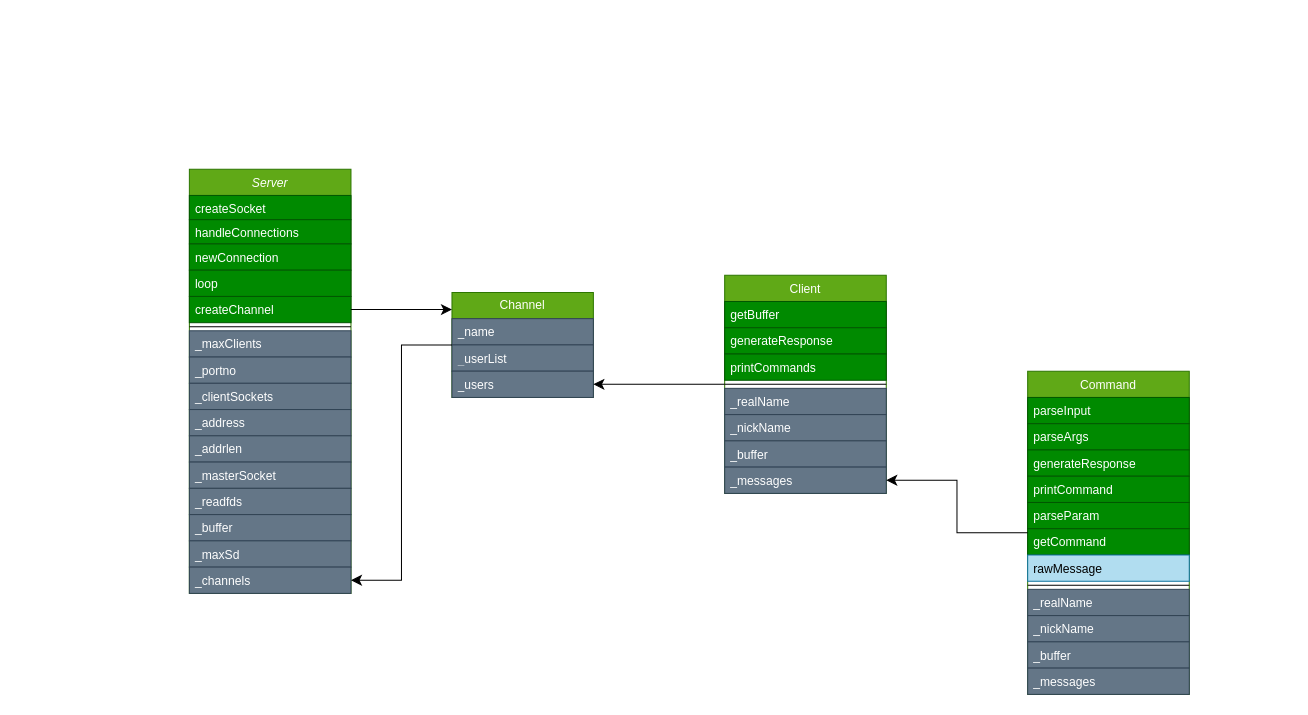
Earlier version of the draw.io diagram irc_diagram.drawio (LucasLion/irc). Source tidied: cells renumbered, new cells numbered last; positions are measured from the earlier drawing's top-left corner, leaving out a move shared by most shapes. Both pictures are drawn from the tidied source at 101%, with x=0, y=0 at pixel (189, 169).
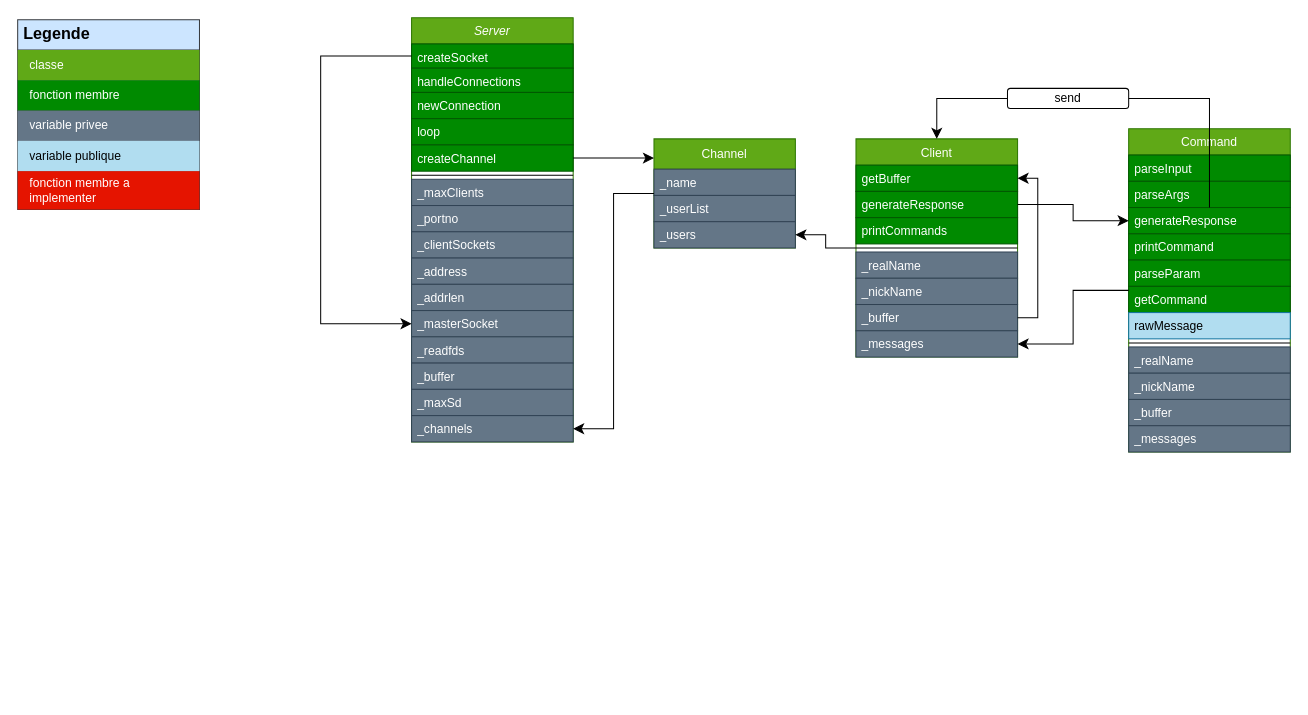
After the change.

Commit message (it also covers changes not shown here):
Mettre à jour irc_diagram.drawio

Unchanged cells that the change refers to:
```xml
<mxCell id="3" value="createSocket&#10;" style="text;align=left;verticalAlign=top;spacingLeft=4;spacingRight=4;overflow=hidden;points=[[0,0.5],[1,0.5]];portConstraint=eastwest;fillColor=#008a00;fontColor=#ffffff;strokeColor=#005700;" parent="2" vertex="1">
  <mxGeometry y="26" width="160" height="24" as="geometry" />
</mxCell>
<mxCell id="14" value="_masterSocket" style="text;align=left;verticalAlign=top;spacingLeft=4;spacingRight=4;overflow=hidden;points=[[0,0.5],[1,0.5]];portConstraint=eastwest;rounded=0;shadow=0;html=0;fillColor=#647687;fontColor=#ffffff;strokeColor=#314354;" parent="2" vertex="1">
  <mxGeometry y="290" width="160" height="26" as="geometry" />
</mxCell>
<mxCell id="20" value="getBuffer" style="text;align=left;verticalAlign=top;spacingLeft=4;spacingRight=4;overflow=hidden;points=[[0,0.5],[1,0.5]];portConstraint=eastwest;fillColor=#008a00;fontColor=#ffffff;strokeColor=#005700;" parent="19" vertex="1">
  <mxGeometry y="26" width="160" height="26" as="geometry" />
</mxCell>
<mxCell id="21" value="generateResponse" style="text;align=left;verticalAlign=top;spacingLeft=4;spacingRight=4;overflow=hidden;points=[[0,0.5],[1,0.5]];portConstraint=eastwest;rounded=0;shadow=0;html=0;fillColor=#008a00;fontColor=#ffffff;strokeColor=#005700;" parent="19" vertex="1">
  <mxGeometry y="52" width="160" height="26" as="geometry" />
</mxCell>
<mxCell id="26" value="_buffer" style="text;align=left;verticalAlign=top;spacingLeft=4;spacingRight=4;overflow=hidden;points=[[0,0.5],[1,0.5]];portConstraint=eastwest;rounded=0;shadow=0;html=0;fillColor=#647687;fontColor=#ffffff;strokeColor=#314354;" parent="19" vertex="1">
  <mxGeometry y="164" width="160" height="26" as="geometry" />
</mxCell>
<mxCell id="37" value="generateResponse" style="text;align=left;verticalAlign=top;spacingLeft=4;spacingRight=4;overflow=hidden;points=[[0,0.5],[1,0.5]];portConstraint=eastwest;rounded=0;shadow=0;html=0;fillColor=#008a00;fontColor=#ffffff;strokeColor=#005700;" parent="34" vertex="1">
  <mxGeometry y="78" width="160" height="26" as="geometry" />
</mxCell>
```

Change to the diagram source:
```diff
@@
     <mxCell id="2" value="Server" style="swimlane;fontStyle=2;align=center;verticalAlign=top;horizontal=1;startSize=26;rounded=0;shadow=0;strokeWidth=1;fillColor=#60a917;fontColor=#ffffff;strokeColor=#2D7600;" parent="1" vertex="1">
-      <mxGeometry width="160" height="420" as="geometry" />
+      <mxGeometry x="220" y="-150" width="160" height="420" as="geometry" />
     </mxCell>
@@
+    <mxCell id="49" style="edgeStyle=elbowEdgeStyle;elbow=horizontal;endArrow=classic;html=1;curved=0;rounded=0;endSize=8;startSize=8;" parent="2" edge="1" source="3" target="14">
+      <mxGeometry relative="1" as="geometry">
+        <Array as="points">
+          <mxPoint x="-90" y="170" />
+        </Array>
+      </mxGeometry>
+    </mxCell>
     <mxCell id="19" value="Client" style="swimlane;fontStyle=0;align=center;verticalAlign=top;horizontal=1;startSize=26;rounded=0;shadow=0;strokeWidth=1;fillColor=#60a917;fontColor=#ffffff;strokeColor=#2D7600;" parent="1" vertex="1">
-      <mxGeometry x="530" y="105" width="160" height="216" as="geometry" />
+      <mxGeometry x="660" y="-30" width="160" height="216" as="geometry" />
     </mxCell>
@@
+    <mxCell id="50" style="edgeStyle=elbowEdgeStyle;elbow=horizontal;endArrow=classic;html=1;curved=0;rounded=0;endSize=8;startSize=8;" parent="19" edge="1" source="26" target="20">
+      <mxGeometry relative="1" as="geometry">
+        <Array as="points">
+          <mxPoint x="180" y="100" />
+          <mxPoint x="170" y="110" />
+        </Array>
+      </mxGeometry>
+    </mxCell>
-    <mxCell id="28" value="Channel" style="swimlane;fontStyle=0;horizontal=1;startSize=26;fillColor=#60a917;whiteSpace=wrap;html=1;fontColor=#ffffff;strokeColor=#2D7600;" parent="1" vertex="1">
-      <mxGeometry x="260" y="122" width="140" height="104" as="geometry" />
+    <mxCell id="28" value="Channel" style="swimlane;fontStyle=0;horizontal=1;startSize=30;fillColor=#60a917;whiteSpace=wrap;html=1;fontColor=#ffffff;strokeColor=#2D7600;" parent="1" vertex="1">
+      <mxGeometry x="460" y="-30" width="140" height="108" as="geometry" />
     </mxCell>
     <mxCell id="29" value="_name" style="text;strokeColor=#314354;fillColor=#647687;align=left;verticalAlign=top;spacingLeft=4;spacingRight=4;overflow=hidden;whiteSpace=wrap;html=1;fontColor=#ffffff;" parent="28" vertex="1">
-      <mxGeometry y="26" width="140" height="26" as="geometry" />
+      <mxGeometry y="30" width="140" height="26" as="geometry" />
     </mxCell>
     <mxCell id="30" value="_userList" style="text;strokeColor=#314354;fillColor=#647687;align=left;verticalAlign=top;spacingLeft=4;spacingRight=4;overflow=hidden;whiteSpace=wrap;html=1;fontColor=#ffffff;" parent="28" vertex="1">
-      <mxGeometry y="52" width="140" height="26" as="geometry" />
+      <mxGeometry y="56" width="140" height="26" as="geometry" />
     </mxCell>
     <mxCell id="31" value="_users" style="text;strokeColor=#314354;fillColor=#647687;align=left;verticalAlign=top;spacingLeft=4;spacingRight=4;overflow=hidden;points=[[0,0.5],[1,0.5]];portConstraint=eastwest;whiteSpace=wrap;html=1;fontColor=#ffffff;" parent="28" vertex="1">
-      <mxGeometry y="78" width="140" height="26" as="geometry" />
+      <mxGeometry y="82" width="140" height="26" as="geometry" />
     </mxCell>
@@
     <mxCell id="34" value="Command" style="swimlane;fontStyle=0;align=center;verticalAlign=top;horizontal=1;startSize=26;rounded=0;shadow=0;strokeWidth=1;fillColor=#60a917;fontColor=#ffffff;strokeColor=#2D7600;" parent="1" vertex="1">
-      <mxGeometry x="830" y="200" width="160" height="320" as="geometry" />
+      <mxGeometry x="930" y="-40" width="160" height="320" as="geometry" />
     </mxCell>
@@
+    <mxCell id="51" value="Legende" style="shape=table;startSize=30;childLayout=tableLayout;fontSize=16;align=left;verticalAlign=top;fillColor=#cce5ff;strokeColor=#36393d;fontStyle=1;spacingLeft=6;spacing=0;" parent="1" vertex="1">
+      <mxGeometry x="-170" y="-148" width="180" height="188" as="geometry" />
+    </mxCell>
+    <mxCell id="52" style="shape=tableRow;horizontal=0;startSize=0;swimlaneHead=0;swimlaneBody=0;strokeColor=inherit;top=0;left=0;bottom=0;right=0;fillColor=none;fontSize=12;" parent="51" vertex="1">
+      <mxGeometry y="30" width="180" height="30" as="geometry" />
+    </mxCell>
+    <mxCell id="53" value="classe" style="shape=partialRectangle;html=1;whiteSpace=wrap;strokeColor=#2D7600;overflow=hidden;fillColor=#60a917;top=0;left=0;bottom=0;right=0;fontSize=12;align=left;fontColor=#ffffff;spacingLeft=10;spacingRight=4;" parent="52" vertex="1">
+      <mxGeometry width="180" height="30" as="geometry" />
+    </mxCell>
+    <mxCell id="54" style="shape=tableRow;horizontal=0;startSize=0;swimlaneHead=0;swimlaneBody=0;strokeColor=inherit;top=0;left=0;bottom=0;right=0;fillColor=none;fontSize=12;" parent="51" vertex="1">
+      <mxGeometry y="60" width="180" height="30" as="geometry" />
+    </mxCell>
+    <mxCell id="55" value="fonction membre" style="shape=partialRectangle;html=1;whiteSpace=wrap;strokeColor=#005700;overflow=hidden;fillColor=#008a00;top=0;left=0;bottom=0;right=0;fontSize=12;align=left;fontColor=#ffffff;spacingLeft=10;spacingRight=4;" parent="54" vertex="1">
+      <mxGeometry width="180" height="30" as="geometry" />
+    </mxCell>
+    <mxCell id="56" style="shape=tableRow;horizontal=0;startSize=0;swimlaneHead=0;swimlaneBody=0;strokeColor=inherit;top=0;left=0;bottom=0;right=0;fillColor=none;fontSize=12;" parent="51" vertex="1">
+      <mxGeometry y="90" width="180" height="30" as="geometry" />
+    </mxCell>
+    <mxCell id="57" value="variable privee" style="shape=partialRectangle;html=1;whiteSpace=wrap;strokeColor=#314354;overflow=hidden;fillColor=#647687;top=0;left=0;bottom=0;right=0;fontSize=12;align=left;fontColor=#ffffff;spacingLeft=10;spacingRight=4;" parent="56" vertex="1">
+      <mxGeometry width="180" height="30" as="geometry" />
+    </mxCell>
+    <mxCell id="58" style="shape=tableRow;horizontal=0;startSize=0;swimlaneHead=0;swimlaneBody=0;strokeColor=inherit;top=0;left=0;bottom=0;right=0;fillColor=none;fontSize=12;" parent="51" vertex="1">
+      <mxGeometry y="120" width="180" height="30" as="geometry" />
+    </mxCell>
+    <mxCell id="59" value="variable publique" style="shape=partialRectangle;html=1;whiteSpace=wrap;strokeColor=#10739e;overflow=hidden;fillColor=#b1ddf0;top=0;left=0;bottom=0;right=0;fontSize=12;align=left;spacingLeft=10;spacingRight=4;" parent="58" vertex="1">
+      <mxGeometry width="180" height="30" as="geometry" />
+    </mxCell>
+    <mxCell id="60" style="shape=tableRow;horizontal=0;startSize=0;swimlaneHead=0;swimlaneBody=0;strokeColor=inherit;top=0;left=0;bottom=0;right=0;fillColor=none;fontSize=12;" parent="51" vertex="1">
+      <mxGeometry y="150" width="180" height="38" as="geometry" />
+    </mxCell>
+    <mxCell id="61" value="fonction membre a implementer" style="shape=partialRectangle;html=1;whiteSpace=wrap;strokeColor=#B20000;overflow=hidden;fillColor=#e51400;top=0;left=0;bottom=0;right=0;fontSize=12;align=left;spacingLeft=10;spacingRight=4;fontColor=#ffffff;" parent="60" vertex="1">
+      <mxGeometry width="180" height="38" as="geometry" />
+    </mxCell>
+    <mxCell id="62" style="edgeStyle=elbowEdgeStyle;elbow=horizontal;endArrow=classic;html=1;curved=0;rounded=0;endSize=8;startSize=8;" parent="1" edge="1" source="21" target="37">
+      <mxGeometry relative="1" as="geometry" />
+    </mxCell>
+    <mxCell id="63" style="edgeStyle=elbowEdgeStyle;elbow=horizontal;endArrow=classic;html=1;curved=0;rounded=0;endSize=8;startSize=8;" parent="1" edge="1" source="37" target="19">
+      <mxGeometry relative="1" as="geometry">
+        <Array as="points">
+          <mxPoint x="870" y="-70" />
+        </Array>
+      </mxGeometry>
+    </mxCell>
+    <mxCell id="64" value="send" style="rounded=1;whiteSpace=wrap;html=1;" parent="1" vertex="1">
+      <mxGeometry x="810" y="-80" width="120" height="20" as="geometry" />
+    </mxCell>
```
